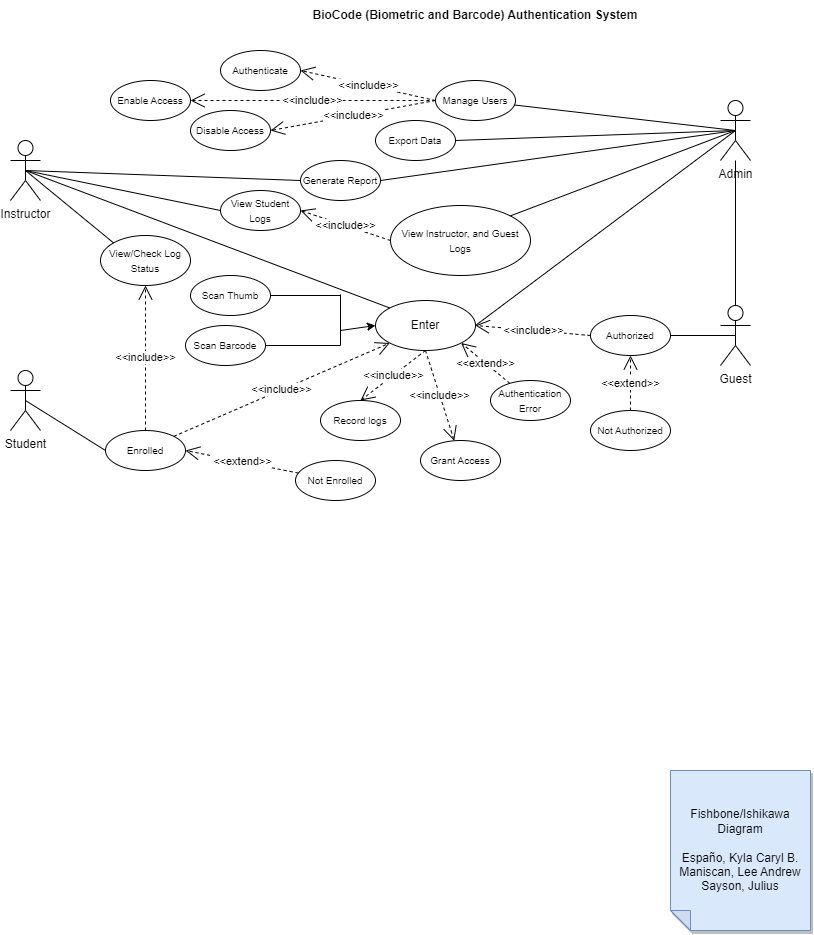
The draw.io diagram UseCaseDiagram.drawio.png in kaisunoo/Acads, before a commit. Source tidied: cells renumbered, new cells last; positions are measured from the earlier drawing's top-left corner, leaving out a move shared by most shapes.
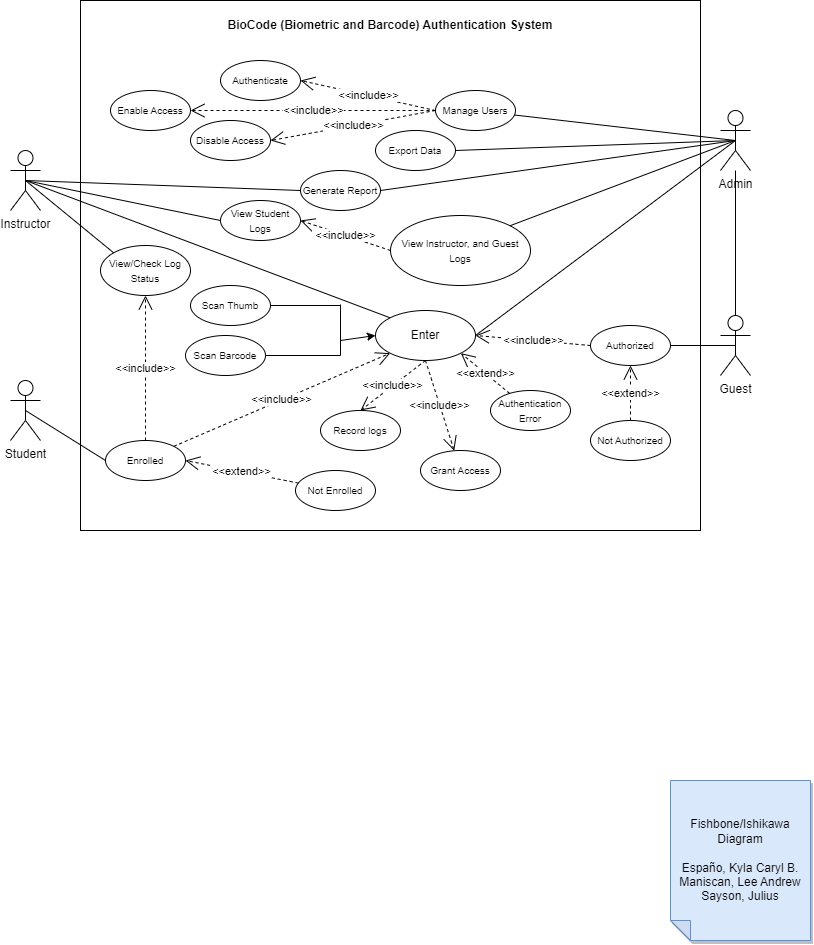
After the commit.

What changed in the source:
```diff
@@ -2,6 +2,9 @@
   <root>
     <mxCell id="0" />
     <mxCell id="1" parent="0" />
+    <mxCell id="55" style="rounded=0;whiteSpace=wrap;html=1;" parent="1" vertex="1">
+      <mxGeometry x="70" y="-10" width="620" height="530" as="geometry" />
+    </mxCell>
     <mxCell id="2" value="Student" style="shape=umlActor;verticalLabelPosition=bottom;verticalAlign=top;html=1;outlineConnect=0;" parent="1" vertex="1">
       <mxGeometry y="370" width="30" height="60" as="geometry" />
     </mxCell>
@@ -78,7 +81,7 @@
       <mxGeometry relative="1" as="geometry" />
     </mxCell>
     <mxCell id="24" value="&lt;b&gt;BioCode (Biometric and Barcode) Authentication System&lt;/b&gt;" style="text;strokeColor=none;align=center;fillColor=none;html=1;verticalAlign=middle;whiteSpace=wrap;rounded=0;" parent="1" vertex="1">
-      <mxGeometry x="300" width="330" height="30" as="geometry" />
+      <mxGeometry x="215" width="330" height="30" as="geometry" />
     </mxCell>
     <mxCell id="25" value="&lt;font style=&quot;font-size: 10px;&quot;&gt;Enable Access&lt;/font&gt;" style="ellipse;whiteSpace=wrap;html=1;" parent="1" vertex="1">
       <mxGeometry x="100" y="80" width="80" height="40" as="geometry" />
```
